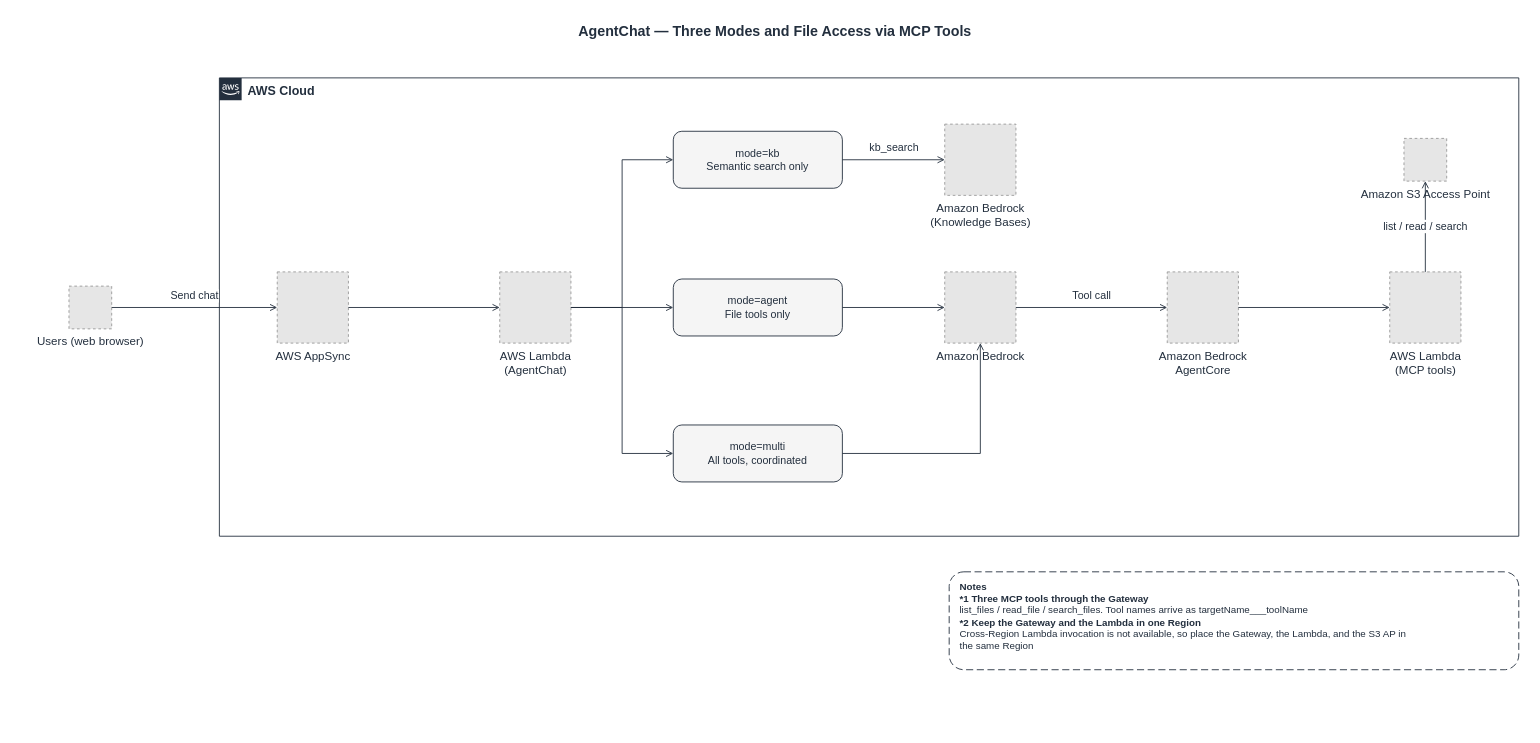
Before: docs/diagrams/part3-agentchat-modes-en.drawio in Yoshiki0705/FSx-for-ONTAP-S3AccessPoints-Serverless-Patterns, a draw.io diagram. Source tidied: cells renumbered, new cells numbered last; positions are measured from the earlier drawing's top-left corner, leaving out a move shared by most shapes. Both pictures are drawn from the tidied source at 89%, with x=0, y=0 at pixel (29, 15). Pictures stored in the file or linked from it are replaced by grey dashed boxes.
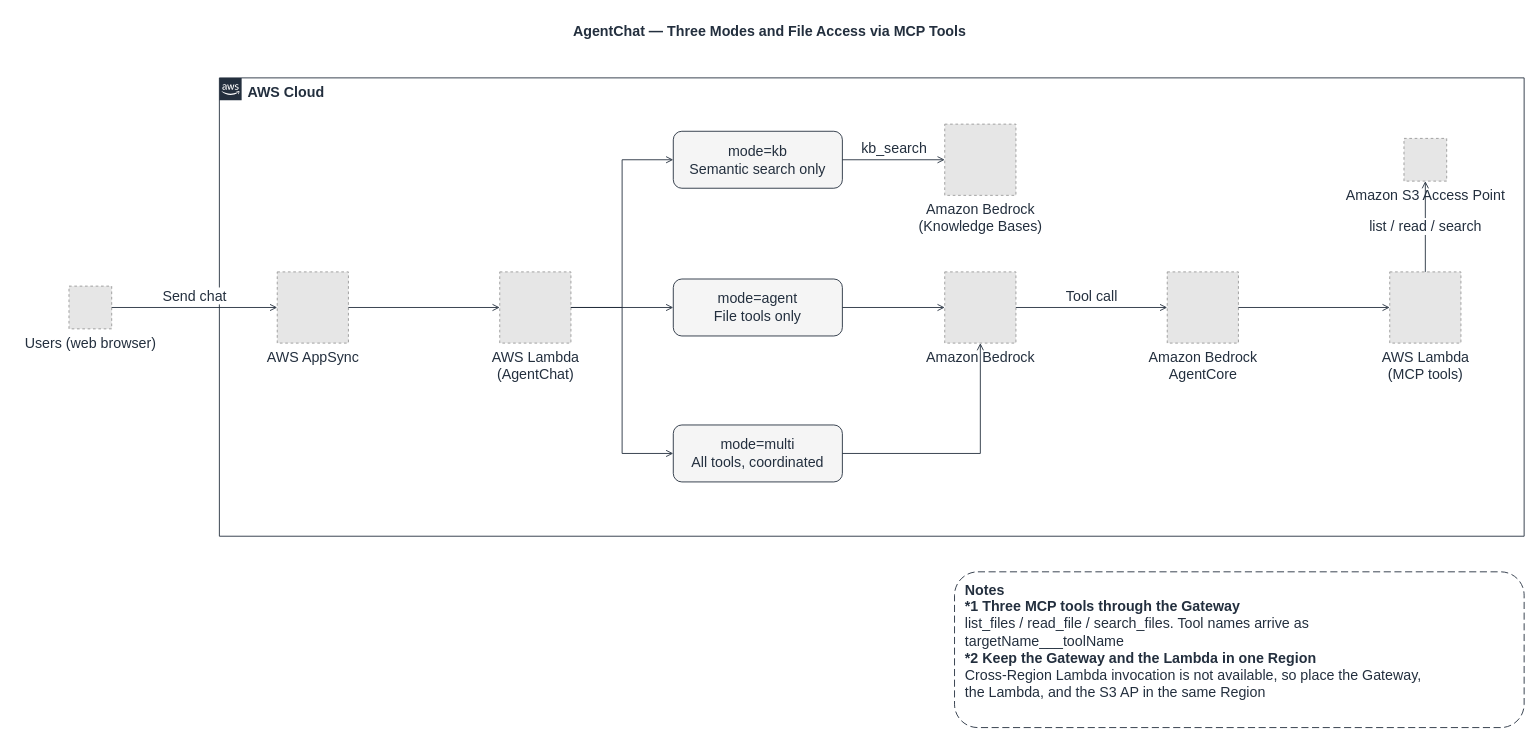
The same page after the edit.

The edit, as a diff of the source:
```diff
@@
     <mxCell id="2" value="AgentChat — Three Modes and File Access via MCP Tools" style="text;html=1;align=center;verticalAlign=middle;fontSize=16;fontStyle=1;fontColor=#232F3E;" parent="1" vertex="1">
-      <mxGeometry width="1673" height="34" as="geometry" />
+      <mxGeometry x="-16" width="1694" height="34" as="geometry" />
     </mxCell>
-    <mxCell id="3" value="AWS Cloud" style="gradientColor=none;html=1;whiteSpace=wrap;fontSize=14;fontStyle=1;shape=mxgraph.aws4.group;grIcon=mxgraph.aws4.group_aws_cloud_alt;strokeColor=#232F3E;fillColor=none;verticalAlign=top;align=left;spacingLeft=30;fontColor=#232F3E;dashed=0;" parent="1" vertex="1">
-      <mxGeometry x="213" y="70" width="1460" height="515" as="geometry" />
+    <mxCell id="3" value="AWS Cloud" style="gradientColor=none;html=1;whiteSpace=wrap;fontSize=16;fontStyle=1;shape=mxgraph.aws4.group;grIcon=mxgraph.aws4.group_aws_cloud_alt;strokeColor=#232F3E;fillColor=none;verticalAlign=top;align=left;spacingLeft=30;fontColor=#232F3E;dashed=0;" parent="1" vertex="1">
+      <mxGeometry x="213" y="70" width="1466" height="515" as="geometry" />
     </mxCell>
-    <mxCell id="4" value="Users (web browser)" style="fillColor=#E6E6E6;strokeColor=#999999;dashed=1;html=1;verticalLabelPosition=bottom;verticalAlign=top;labelPosition=center;align=center;fontSize=13;fontColor=#232F3E;" parent="1" vertex="1">
+    <mxCell id="4" value="Users (web browser)" style="fillColor=#E6E6E6;strokeColor=#999999;dashed=1;html=1;verticalLabelPosition=bottom;verticalAlign=top;labelPosition=center;align=center;fontSize=16;fontColor=#232F3E;" parent="1" vertex="1">
       <mxGeometry x="44" y="304" width="48" height="48" as="geometry" />
     </mxCell>
-    <mxCell id="5" value="AWS AppSync" style="fillColor=#E6E6E6;strokeColor=#999999;dashed=1;html=1;verticalLabelPosition=bottom;verticalAlign=top;labelPosition=center;align=center;fontSize=13;fontColor=#232F3E;" parent="1" vertex="1">
+    <mxCell id="5" value="AWS AppSync" style="fillColor=#E6E6E6;strokeColor=#999999;dashed=1;html=1;verticalLabelPosition=bottom;verticalAlign=top;labelPosition=center;align=center;fontSize=16;fontColor=#232F3E;" parent="1" vertex="1">
       <mxGeometry x="278" y="288" width="80" height="80" as="geometry" />
     </mxCell>
-    <mxCell id="6" value="AWS Lambda&lt;br&gt;(AgentChat)" style="fillColor=#E6E6E6;strokeColor=#999999;dashed=1;html=1;verticalLabelPosition=bottom;verticalAlign=top;labelPosition=center;align=center;fontSize=13;fontColor=#232F3E;" parent="1" vertex="1">
+    <mxCell id="6" value="AWS Lambda&lt;br&gt;(AgentChat)" style="fillColor=#E6E6E6;strokeColor=#999999;dashed=1;html=1;verticalLabelPosition=bottom;verticalAlign=top;labelPosition=center;align=center;fontSize=16;fontColor=#232F3E;" parent="1" vertex="1">
       <mxGeometry x="528" y="288" width="80" height="80" as="geometry" />
     </mxCell>
-    <mxCell id="7" value="mode=kb&lt;br&gt;Semantic search only" style="rounded=1;whiteSpace=wrap;html=1;dashed=0;strokeColor=#232F3E;fillColor=#F5F5F5;align=center;verticalAlign=middle;fontSize=12;fontColor=#232F3E;" parent="1" vertex="1">
+    <mxCell id="7" value="mode=kb&lt;br&gt;Semantic search only" style="rounded=1;whiteSpace=wrap;html=1;dashed=0;strokeColor=#232F3E;fillColor=#F5F5F5;align=center;verticalAlign=middle;fontSize=16;fontColor=#232F3E;" parent="1" vertex="1">
       <mxGeometry x="723" y="130" width="190" height="64" as="geometry" />
     </mxCell>
-    <mxCell id="8" value="mode=agent&lt;br&gt;File tools only" style="rounded=1;whiteSpace=wrap;html=1;dashed=0;strokeColor=#232F3E;fillColor=#F5F5F5;align=center;verticalAlign=middle;fontSize=12;fontColor=#232F3E;" parent="1" vertex="1">
+    <mxCell id="8" value="mode=agent&lt;br&gt;File tools only" style="rounded=1;whiteSpace=wrap;html=1;dashed=0;strokeColor=#232F3E;fillColor=#F5F5F5;align=center;verticalAlign=middle;fontSize=16;fontColor=#232F3E;" parent="1" vertex="1">
       <mxGeometry x="723" y="296" width="190" height="64" as="geometry" />
     </mxCell>
-    <mxCell id="9" value="mode=multi&lt;br&gt;All tools, coordinated" style="rounded=1;whiteSpace=wrap;html=1;dashed=0;strokeColor=#232F3E;fillColor=#F5F5F5;align=center;verticalAlign=middle;fontSize=12;fontColor=#232F3E;" parent="1" vertex="1">
+    <mxCell id="9" value="mode=multi&lt;br&gt;All tools, coordinated" style="rounded=1;whiteSpace=wrap;html=1;dashed=0;strokeColor=#232F3E;fillColor=#F5F5F5;align=center;verticalAlign=middle;fontSize=16;fontColor=#232F3E;" parent="1" vertex="1">
       <mxGeometry x="723" y="460" width="190" height="64" as="geometry" />
     </mxCell>
-    <mxCell id="10" value="Amazon Bedrock&lt;br&gt;(Knowledge Bases)" style="fillColor=#E6E6E6;strokeColor=#999999;dashed=1;html=1;verticalLabelPosition=bottom;verticalAlign=top;labelPosition=center;align=center;fontSize=13;fontColor=#232F3E;" parent="1" vertex="1">
+    <mxCell id="10" value="Amazon Bedrock&lt;br&gt;(Knowledge Bases)" style="fillColor=#E6E6E6;strokeColor=#999999;dashed=1;html=1;verticalLabelPosition=bottom;verticalAlign=top;labelPosition=center;align=center;fontSize=16;fontColor=#232F3E;" parent="1" vertex="1">
       <mxGeometry x="1028" y="122" width="80" height="80" as="geometry" />
     </mxCell>
-    <mxCell id="11" value="Amazon Bedrock" style="fillColor=#E6E6E6;strokeColor=#999999;dashed=1;html=1;verticalLabelPosition=bottom;verticalAlign=top;labelPosition=center;align=center;fontSize=13;fontColor=#232F3E;" parent="1" vertex="1">
+    <mxCell id="11" value="Amazon Bedrock" style="fillColor=#E6E6E6;strokeColor=#999999;dashed=1;html=1;verticalLabelPosition=bottom;verticalAlign=top;labelPosition=center;align=center;fontSize=16;fontColor=#232F3E;" parent="1" vertex="1">
       <mxGeometry x="1028" y="288" width="80" height="80" as="geometry" />
     </mxCell>
-    <mxCell id="12" value="Amazon Bedrock&lt;br&gt;AgentCore" style="fillColor=#E6E6E6;strokeColor=#999999;dashed=1;html=1;verticalLabelPosition=bottom;verticalAlign=top;labelPosition=center;align=center;fontSize=13;fontColor=#232F3E;" parent="1" vertex="1">
+    <mxCell id="12" value="Amazon Bedrock&lt;br&gt;AgentCore" style="fillColor=#E6E6E6;strokeColor=#999999;dashed=1;html=1;verticalLabelPosition=bottom;verticalAlign=top;labelPosition=center;align=center;fontSize=16;fontColor=#232F3E;" parent="1" vertex="1">
       <mxGeometry x="1278" y="288" width="80" height="80" as="geometry" />
     </mxCell>
-    <mxCell id="13" value="AWS Lambda&lt;br&gt;(MCP tools)" style="fillColor=#E6E6E6;strokeColor=#999999;dashed=1;html=1;verticalLabelPosition=bottom;verticalAlign=top;labelPosition=center;align=center;fontSize=13;fontColor=#232F3E;" parent="1" vertex="1">
+    <mxCell id="13" value="AWS Lambda&lt;br&gt;(MCP tools)" style="fillColor=#E6E6E6;strokeColor=#999999;dashed=1;html=1;verticalLabelPosition=bottom;verticalAlign=top;labelPosition=center;align=center;fontSize=16;fontColor=#232F3E;" parent="1" vertex="1">
       <mxGeometry x="1528" y="288" width="80" height="80" as="geometry" />
     </mxCell>
-    <mxCell id="14" value="Amazon S3 Access Point" style="fillColor=#E6E6E6;strokeColor=#999999;dashed=1;html=1;verticalLabelPosition=bottom;verticalAlign=top;labelPosition=center;align=center;fontSize=13;fontColor=#232F3E;" parent="1" vertex="1">
+    <mxCell id="14" value="Amazon S3 Access Point" style="fillColor=#E6E6E6;strokeColor=#999999;dashed=1;html=1;verticalLabelPosition=bottom;verticalAlign=top;labelPosition=center;align=center;fontSize=16;fontColor=#232F3E;" parent="1" vertex="1">
       <mxGeometry x="1544" y="138" width="48" height="48" as="geometry" />
     </mxCell>
-    <mxCell id="15" value="Send chat" style="edgeStyle=orthogonalEdgeStyle;rounded=0;jettySize=auto;html=1;endArrow=open;endFill=0;strokeColor=#232F3E;strokeWidth=1;fontSize=12;fontColor=#232F3E;labelBackgroundColor=#ffffff;" parent="1" edge="1" source="4" target="5">
+    <mxCell id="15" value="Send chat" style="edgeStyle=orthogonalEdgeStyle;rounded=0;jettySize=auto;html=1;endArrow=open;endFill=0;strokeColor=#232F3E;strokeWidth=1;fontSize=16;fontColor=#232F3E;labelBackgroundColor=#ffffff;" parent="1" edge="1" source="4" target="5">
       <mxGeometry relative="1" as="geometry">
         <mxPoint y="-13" as="offset" />
       </mxGeometry>
     </mxCell>
-    <mxCell id="16" style="edgeStyle=orthogonalEdgeStyle;rounded=0;jettySize=auto;html=1;endArrow=open;endFill=0;strokeColor=#232F3E;strokeWidth=1;fontSize=12;fontColor=#232F3E;labelBackgroundColor=#ffffff;" parent="1" edge="1" source="5" target="6">
+    <mxCell id="16" style="edgeStyle=orthogonalEdgeStyle;rounded=0;jettySize=auto;html=1;endArrow=open;endFill=0;strokeColor=#232F3E;strokeWidth=1;fontSize=16;fontColor=#232F3E;labelBackgroundColor=#ffffff;" parent="1" edge="1" source="5" target="6">
       <mxGeometry relative="1" as="geometry" />
     </mxCell>
-    <mxCell id="17" style="edgeStyle=orthogonalEdgeStyle;rounded=0;jettySize=auto;html=1;endArrow=open;endFill=0;strokeColor=#232F3E;strokeWidth=1;fontSize=12;fontColor=#232F3E;labelBackgroundColor=#ffffff;exitX=1;exitY=0.5;exitDx=0;exitDy=0;entryX=0;entryY=0.5;entryDx=0;entryDy=0;" parent="1" edge="1" source="6" target="7">
+    <mxCell id="17" style="edgeStyle=orthogonalEdgeStyle;rounded=0;jettySize=auto;html=1;endArrow=open;endFill=0;strokeColor=#232F3E;strokeWidth=1;fontSize=16;fontColor=#232F3E;labelBackgroundColor=#ffffff;exitX=1;exitY=0.5;exitDx=0;exitDy=0;entryX=0;entryY=0.5;entryDx=0;entryDy=0;" parent="1" edge="1" source="6" target="7">
       <mxGeometry relative="1" as="geometry" />
     </mxCell>
-    <mxCell id="18" style="edgeStyle=orthogonalEdgeStyle;rounded=0;jettySize=auto;html=1;endArrow=open;endFill=0;strokeColor=#232F3E;strokeWidth=1;fontSize=12;fontColor=#232F3E;labelBackgroundColor=#ffffff;exitX=1;exitY=0.5;exitDx=0;exitDy=0;entryX=0;entryY=0.5;entryDx=0;entryDy=0;" parent="1" edge="1" source="6" target="8">
+    <mxCell id="18" style="edgeStyle=orthogonalEdgeStyle;rounded=0;jettySize=auto;html=1;endArrow=open;endFill=0;strokeColor=#232F3E;strokeWidth=1;fontSize=16;fontColor=#232F3E;labelBackgroundColor=#ffffff;exitX=1;exitY=0.5;exitDx=0;exitDy=0;entryX=0;entryY=0.5;entryDx=0;entryDy=0;" parent="1" edge="1" source="6" target="8">
       <mxGeometry relative="1" as="geometry" />
     </mxCell>
-    <mxCell id="19" style="edgeStyle=orthogonalEdgeStyle;rounded=0;jettySize=auto;html=1;endArrow=open;endFill=0;strokeColor=#232F3E;strokeWidth=1;fontSize=12;fontColor=#232F3E;labelBackgroundColor=#ffffff;exitX=1;exitY=0.5;exitDx=0;exitDy=0;entryX=0;entryY=0.5;entryDx=0;entryDy=0;" parent="1" edge="1" source="6" target="9">
+    <mxCell id="19" style="edgeStyle=orthogonalEdgeStyle;rounded=0;jettySize=auto;html=1;endArrow=open;endFill=0;strokeColor=#232F3E;strokeWidth=1;fontSize=16;fontColor=#232F3E;labelBackgroundColor=#ffffff;exitX=1;exitY=0.5;exitDx=0;exitDy=0;entryX=0;entryY=0.5;entryDx=0;entryDy=0;" parent="1" edge="1" source="6" target="9">
       <mxGeometry relative="1" as="geometry" />
     </mxCell>
-    <mxCell id="20" value="kb_search" style="edgeStyle=orthogonalEdgeStyle;rounded=0;jettySize=auto;html=1;endArrow=open;endFill=0;strokeColor=#232F3E;strokeWidth=1;fontSize=12;fontColor=#232F3E;labelBackgroundColor=#ffffff;" parent="1" edge="1" source="7" target="10">
+    <mxCell id="20" value="kb_search" style="edgeStyle=orthogonalEdgeStyle;rounded=0;jettySize=auto;html=1;endArrow=open;endFill=0;strokeColor=#232F3E;strokeWidth=1;fontSize=16;fontColor=#232F3E;labelBackgroundColor=#ffffff;" parent="1" edge="1" source="7" target="10">
       <mxGeometry relative="1" as="geometry">
         <mxPoint y="-13" as="offset" />
       </mxGeometry>
     </mxCell>
-    <mxCell id="21" style="edgeStyle=orthogonalEdgeStyle;rounded=0;jettySize=auto;html=1;endArrow=open;endFill=0;strokeColor=#232F3E;strokeWidth=1;fontSize=12;fontColor=#232F3E;labelBackgroundColor=#ffffff;" parent="1" edge="1" source="8" target="11">
+    <mxCell id="21" style="edgeStyle=orthogonalEdgeStyle;rounded=0;jettySize=auto;html=1;endArrow=open;endFill=0;strokeColor=#232F3E;strokeWidth=1;fontSize=16;fontColor=#232F3E;labelBackgroundColor=#ffffff;" parent="1" edge="1" source="8" target="11">
       <mxGeometry relative="1" as="geometry" />
     </mxCell>
-    <mxCell id="22" style="edgeStyle=orthogonalEdgeStyle;rounded=0;jettySize=auto;html=1;endArrow=open;endFill=0;strokeColor=#232F3E;strokeWidth=1;fontSize=12;fontColor=#232F3E;labelBackgroundColor=#ffffff;" parent="1" edge="1" source="9" target="11">
+    <mxCell id="22" style="edgeStyle=orthogonalEdgeStyle;rounded=0;jettySize=auto;html=1;endArrow=open;endFill=0;strokeColor=#232F3E;strokeWidth=1;fontSize=16;fontColor=#232F3E;labelBackgroundColor=#ffffff;" parent="1" edge="1" source="9" target="11">
       <mxGeometry relative="1" as="geometry" />
     </mxCell>
-    <mxCell id="23" value="Tool call" style="edgeStyle=orthogonalEdgeStyle;rounded=0;jettySize=auto;html=1;endArrow=open;endFill=0;strokeColor=#232F3E;strokeWidth=1;fontSize=12;fontColor=#232F3E;labelBackgroundColor=#ffffff;" parent="1" edge="1" source="11" target="12">
+    <mxCell id="23" value="Tool call" style="edgeStyle=orthogonalEdgeStyle;rounded=0;jettySize=auto;html=1;endArrow=open;endFill=0;strokeColor=#232F3E;strokeWidth=1;fontSize=16;fontColor=#232F3E;labelBackgroundColor=#ffffff;" parent="1" edge="1" source="11" target="12">
       <mxGeometry relative="1" as="geometry">
         <mxPoint y="-13" as="offset" />
       </mxGeometry>
     </mxCell>
-    <mxCell id="24" style="edgeStyle=orthogonalEdgeStyle;rounded=0;jettySize=auto;html=1;endArrow=open;endFill=0;strokeColor=#232F3E;strokeWidth=1;fontSize=12;fontColor=#232F3E;labelBackgroundColor=#ffffff;" parent="1" edge="1" source="12" target="13">
+    <mxCell id="24" style="edgeStyle=orthogonalEdgeStyle;rounded=0;jettySize=auto;html=1;endArrow=open;endFill=0;strokeColor=#232F3E;strokeWidth=1;fontSize=16;fontColor=#232F3E;labelBackgroundColor=#ffffff;" parent="1" edge="1" source="12" target="13">
       <mxGeometry relative="1" as="geometry" />
     </mxCell>
-    <mxCell id="25" value="list / read / search" style="edgeStyle=orthogonalEdgeStyle;rounded=0;jettySize=auto;html=1;endArrow=open;endFill=0;strokeColor=#232F3E;strokeWidth=1;fontSize=12;fontColor=#232F3E;labelBackgroundColor=#ffffff;" parent="1" edge="1" source="13" target="14">
+    <mxCell id="25" value="list / read / search" style="edgeStyle=orthogonalEdgeStyle;rounded=0;jettySize=auto;html=1;endArrow=open;endFill=0;strokeColor=#232F3E;strokeWidth=1;fontSize=16;fontColor=#232F3E;labelBackgroundColor=#ffffff;" parent="1" edge="1" source="13" target="14">
       <mxGeometry relative="1" as="geometry" />
     </mxCell>
-    <mxCell id="26" value="&lt;b&gt;Notes&lt;/b&gt;&lt;br&gt;&lt;b&gt;*1 Three MCP tools through the Gateway&lt;/b&gt;&lt;br&gt;list_files / read_file / search_files. Tool names arrive as targetName___toolName&lt;br&gt;&lt;b&gt;*2 Keep the Gateway and the Lambda in one Region&lt;/b&gt;&lt;br&gt;Cross-Region Lambda invocation is not available, so place the Gateway, the Lambda, and the S3 AP in&lt;br&gt;the same Region" style="rounded=1;whiteSpace=wrap;html=1;dashed=1;dashPattern=8 4;strokeColor=#232F3E;fillColor=#FFFFFF;align=left;verticalAlign=top;spacingLeft=10;spacingTop=4;fontSize=11;fontColor=#232F3E;" parent="1" vertex="1">
-      <mxGeometry x="1033" y="625" width="640" height="110" as="geometry" />
+    <mxCell id="26" value="&lt;b&gt;Notes&lt;/b&gt;&lt;br&gt;&lt;b&gt;*1 Three MCP tools through the Gateway&lt;/b&gt;&lt;br&gt;list_files / read_file / search_files. Tool names arrive as&lt;br&gt;targetName___toolName&lt;br&gt;&lt;b&gt;*2 Keep the Gateway and the Lambda in one Region&lt;/b&gt;&lt;br&gt;Cross-Region Lambda invocation is not available, so place the Gateway,&lt;br&gt;the Lambda, and the S3 AP in the same Region" style="rounded=1;whiteSpace=wrap;html=1;dashed=1;dashPattern=8 4;strokeColor=#232F3E;fillColor=#FFFFFF;align=left;verticalAlign=top;spacingLeft=10;spacingTop=4;fontSize=16;fontColor=#232F3E;" parent="1" vertex="1">
+      <mxGeometry x="1039" y="625" width="640" height="175" as="geometry" />
     </mxCell>
```
